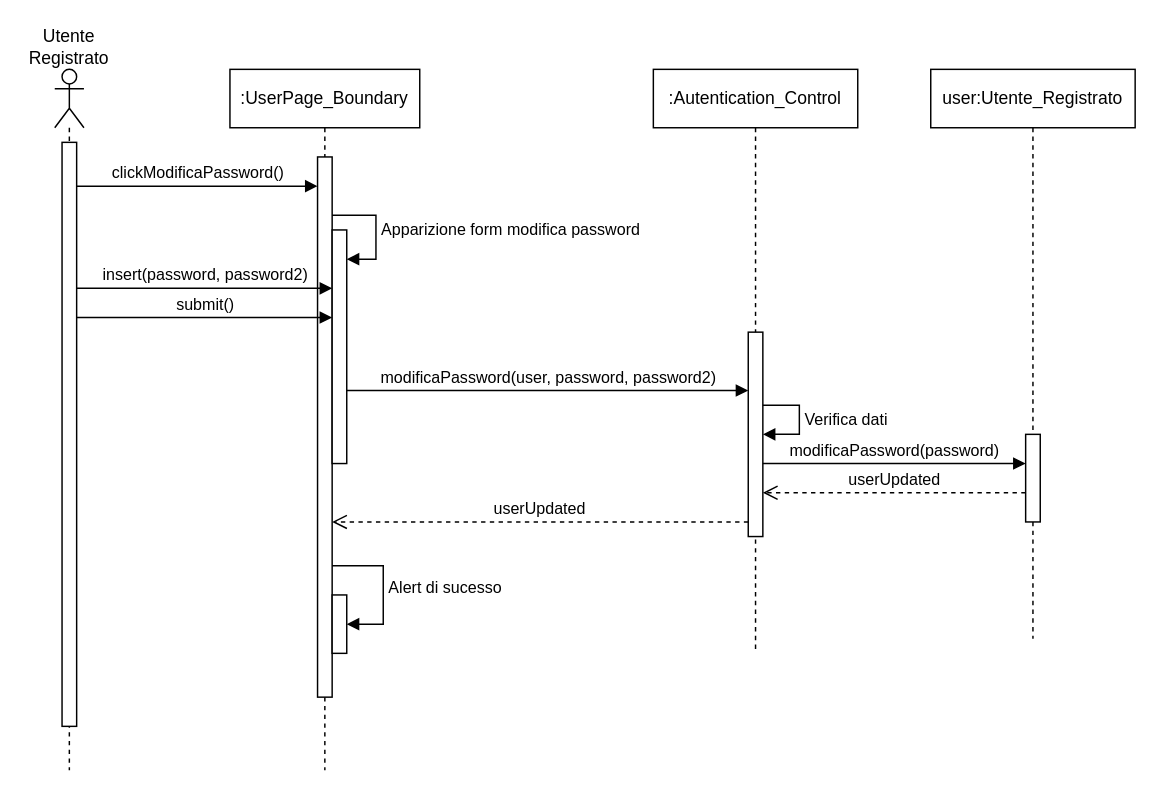
Above: New Diagrams/Sequence Diagrams/UC10 Modifica Password.drawio in superfra01/Rated (draw.io), before the change. Source tidied: cells renumbered, new cells numbered last; positions are measured from the earlier drawing's top-left corner, leaving out a move shared by most shapes. Both pictures are drawn from the tidied source at 146%, with x=0, y=0 at pixel (25, 25).
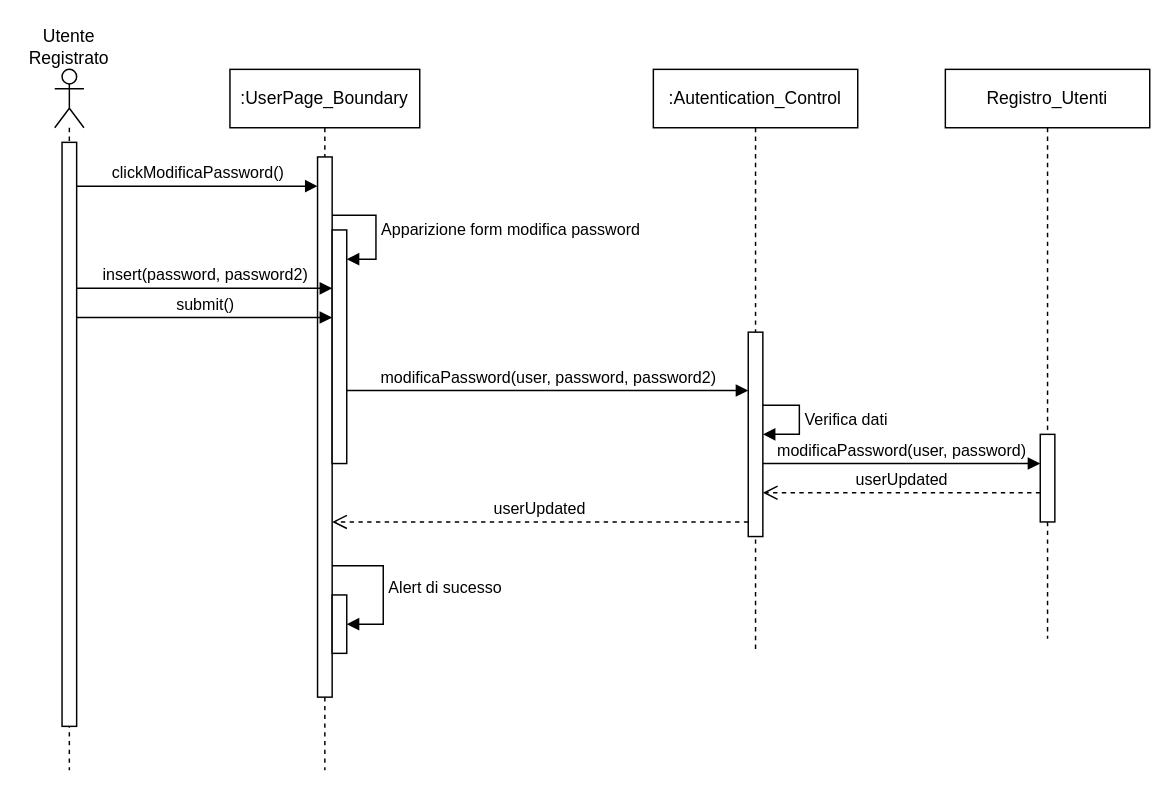
After the change.

The change refers to these unchanged cells:
```xml
<mxCell id="19" style="html=1;points=[[0,0,0,0,5],[0,1,0,0,-5],[1,0,0,0,5],[1,1,0,0,-5]];perimeter=orthogonalPerimeter;outlineConnect=0;targetShapes=umlLifeline;portConstraint=eastwest;newEdgeStyle={&quot;curved&quot;:0,&quot;rounded&quot;:0};" parent="18" vertex="1">
  <mxGeometry x="65" y="250" width="10" height="60" as="geometry" />
</mxCell>
```

The edit, as a diff of the source:
```diff
@@
-    <mxCell id="18" value="user:Utente_Registrato" style="shape=umlLifeline;perimeter=lifelinePerimeter;whiteSpace=wrap;html=1;newEdgeStyle={&quot;curved&quot;:0,&quot;rounded&quot;:0};" parent="1" vertex="1">
-      <mxGeometry x="620" y="30" width="140" height="390" as="geometry" />
+    <mxCell id="18" value="Registro_Utenti" style="shape=umlLifeline;perimeter=lifelinePerimeter;whiteSpace=wrap;html=1;newEdgeStyle={&quot;curved&quot;:0,&quot;rounded&quot;:0};" parent="1" vertex="1">
+      <mxGeometry x="630" y="30" width="140" height="390" as="geometry" />
     </mxCell>
@@
-    <mxCell id="20" value="modificaPassword(password)" style="html=1;verticalAlign=bottom;endArrow=block;curved=0;rounded=0;" parent="1" edge="1">
+    <mxCell id="20" value="modificaPassword(user, password)" style="html=1;verticalAlign=bottom;endArrow=block;curved=0;rounded=0;" parent="1" edge="1" target="19">
       <mxGeometry relative="1" as="geometry">
         <mxPoint x="505" y="300" as="sourcePoint" />
-        <mxPoint x="685" y="300" as="targetPoint" />
       </mxGeometry>
     </mxCell>
-    <mxCell id="21" value="userUpdated" style="html=1;verticalAlign=bottom;endArrow=open;dashed=1;endSize=8;curved=0;rounded=0;" parent="1" edge="1">
+    <mxCell id="21" value="userUpdated" style="html=1;verticalAlign=bottom;endArrow=open;dashed=1;endSize=8;curved=0;rounded=0;" parent="1" edge="1" source="19">
       <mxGeometry relative="1" as="geometry">
-        <mxPoint x="685" y="320" as="sourcePoint" />
         <mxPoint x="505" y="320" as="targetPoint" />
       </mxGeometry>
     </mxCell>
```
